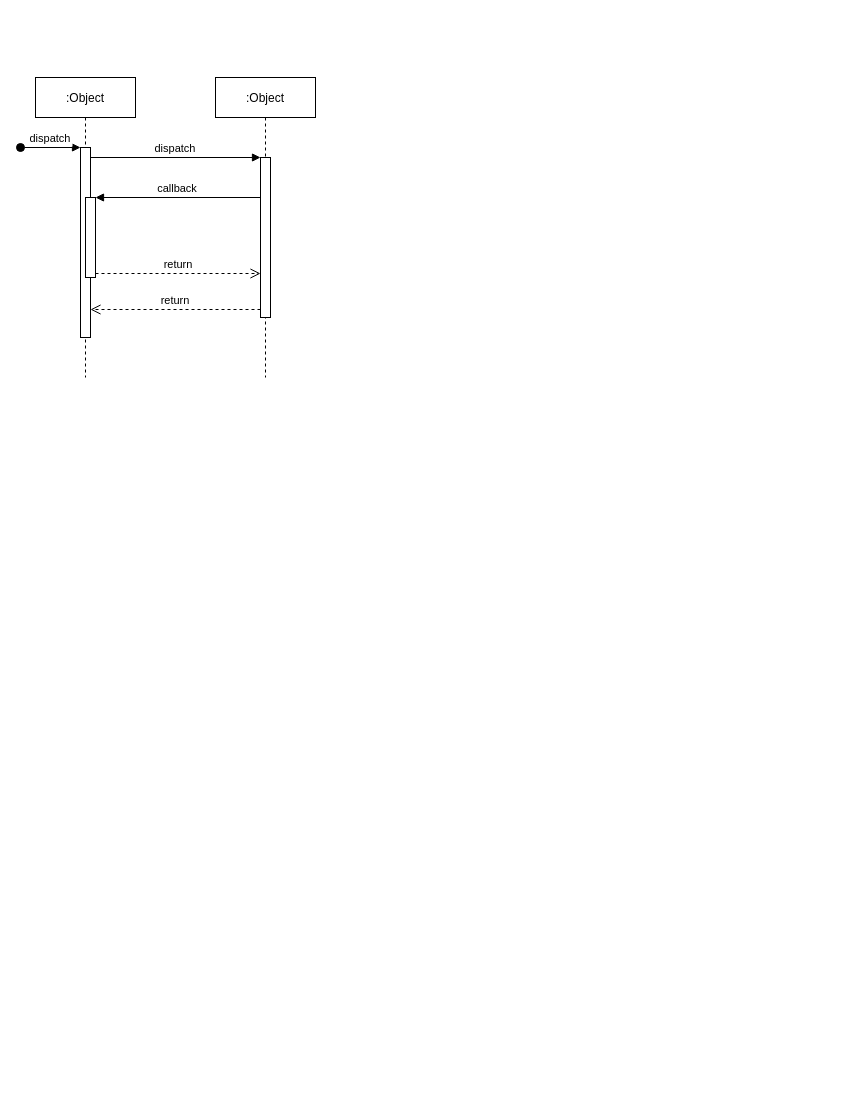
This is 链路调用（Cloud版本）.drawio from 1247691206/JavaArchitect, a draw.io file, before an edit. Source tidied: cells renumbered, new cells numbered last; positions are measured from the earlier drawing's top-left corner, leaving out a move shared by most shapes. Both pictures are drawn from the tidied source at 100%, with x=0, y=0 at pixel (20, 77).
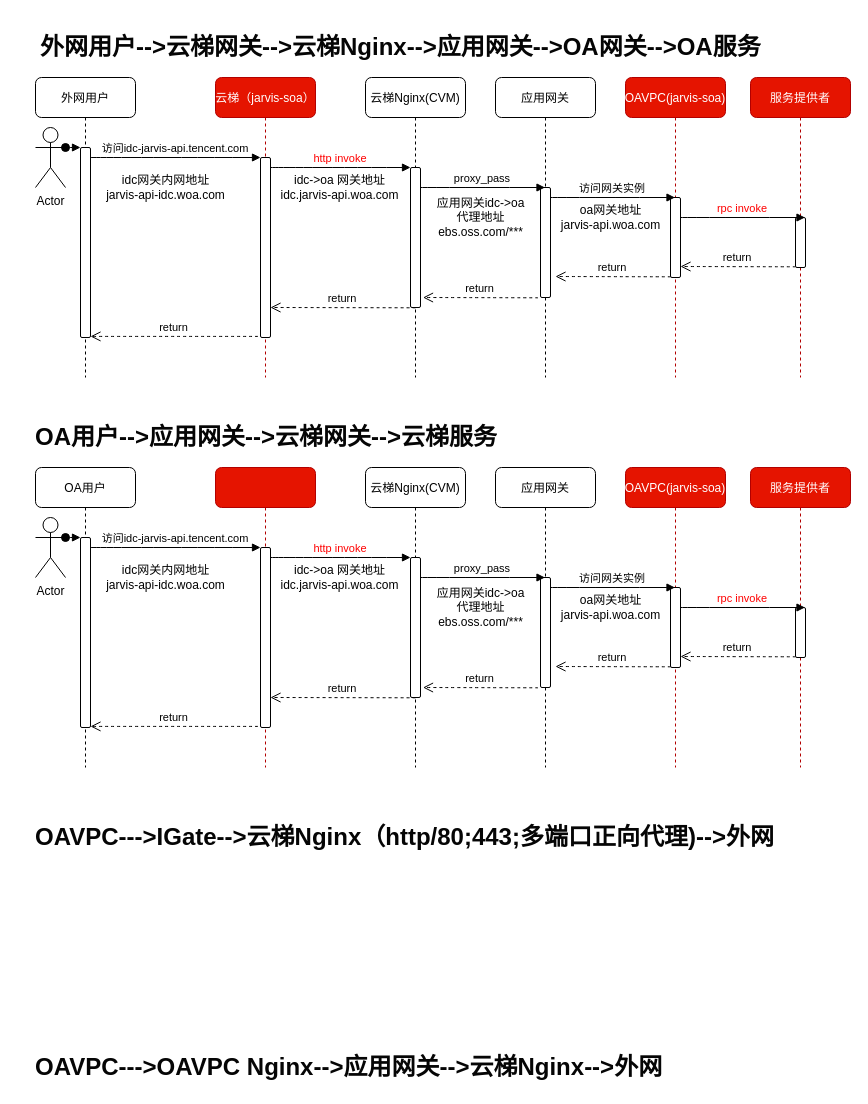
The same diagram, later.

Commit message (it also covers changes not shown here):
Update 链路调用（Cloud版本）.drawio

The edit, as a diff of the source:
```diff
@@
-    <mxCell id="2" value=":Object" style="shape=umlLifeline;perimeter=lifelinePerimeter;rounded=0;shadow=0;strokeWidth=1;" parent="1" vertex="1">
+    <mxCell id="2" value="外网用户" style="shape=umlLifeline;perimeter=lifelinePerimeter;shadow=0;strokeWidth=1;rounded=1;" parent="1" vertex="1">
       <mxGeometry x="15" width="100" height="300" as="geometry" />
     </mxCell>
-    <mxCell id="3" style="points=[];perimeter=orthogonalPerimeter;rounded=0;shadow=0;strokeWidth=1;" parent="2" vertex="1">
+    <mxCell id="3" style="points=[];perimeter=orthogonalPerimeter;shadow=0;strokeWidth=1;rounded=1;" parent="2" vertex="1">
       <mxGeometry x="45" y="70" width="10" height="190" as="geometry" />
     </mxCell>
-    <mxCell id="4" value="dispatch" style="verticalAlign=bottom;startArrow=oval;endArrow=block;startSize=8;shadow=0;strokeWidth=1;" parent="2" edge="1" target="3">
-      <mxGeometry relative="1" as="geometry">
-        <mxPoint x="-15" y="70" as="sourcePoint" />
-      </mxGeometry>
-    </mxCell>
-    <mxCell id="5" style="points=[];perimeter=orthogonalPerimeter;rounded=0;shadow=0;strokeWidth=1;" parent="2" vertex="1">
-      <mxGeometry x="50" y="120" width="10" height="80" as="geometry" />
-    </mxCell>
-    <mxCell id="6" value=":Object" style="shape=umlLifeline;perimeter=lifelinePerimeter;rounded=0;shadow=0;strokeWidth=1;" parent="1" vertex="1">
+    <mxCell id="6" value="云梯（jarvis-soa）" style="shape=umlLifeline;perimeter=lifelinePerimeter;shadow=0;strokeWidth=1;rounded=1;fillColor=#e51400;strokeColor=#B20000;fontColor=#ffffff;" parent="1" vertex="1">
       <mxGeometry x="195" width="100" height="300" as="geometry" />
     </mxCell>
-    <mxCell id="7" style="points=[];perimeter=orthogonalPerimeter;rounded=0;shadow=0;strokeWidth=1;" parent="6" vertex="1">
-      <mxGeometry x="45" y="80" width="10" height="160" as="geometry" />
+    <mxCell id="7" style="points=[];perimeter=orthogonalPerimeter;shadow=0;strokeWidth=1;rounded=1;" parent="6" vertex="1">
+      <mxGeometry x="45" y="80" width="10" height="180" as="geometry" />
     </mxCell>
-    <mxCell id="8" value="return" style="verticalAlign=bottom;endArrow=open;dashed=1;endSize=8;exitX=0;exitY=0.95;shadow=0;strokeWidth=1;" parent="1" edge="1" source="7" target="3">
+    <mxCell id="8" value="return" style="verticalAlign=bottom;endArrow=open;dashed=1;endSize=8;exitX=-0.25;exitY=0.994;shadow=0;strokeWidth=1;curved=1;exitDx=0;exitDy=0;exitPerimeter=0;" parent="1" edge="1" source="7" target="3">
       <mxGeometry relative="1" as="geometry" />
     </mxCell>
-    <mxCell id="9" value="dispatch" style="verticalAlign=bottom;endArrow=block;entryX=0;entryY=0;shadow=0;strokeWidth=1;" parent="1" edge="1" source="3" target="7">
+    <mxCell id="9" value="访问idc-jarvis-api.tencent.com" style="verticalAlign=bottom;endArrow=block;entryX=0;entryY=0;shadow=0;strokeWidth=1;curved=1;" parent="1" edge="1" source="3" target="7">
       <mxGeometry relative="1" as="geometry" />
     </mxCell>
-    <mxCell id="10" value="callback" style="verticalAlign=bottom;endArrow=block;entryX=1;entryY=0;shadow=0;strokeWidth=1;" parent="1" edge="1" source="7" target="5">
-      <mxGeometry relative="1" as="geometry" />
-    </mxCell>
-    <mxCell id="11" value="return" style="verticalAlign=bottom;endArrow=open;dashed=1;endSize=8;exitX=1;exitY=0.95;shadow=0;strokeWidth=1;" parent="1" edge="1" source="5" target="7">
-      <mxGeometry relative="1" as="geometry" />
-    </mxCell>
+    <mxCell id="12" value="云梯Nginx(CVM)" style="shape=umlLifeline;perimeter=lifelinePerimeter;shadow=0;strokeWidth=1;rounded=1;" parent="1" vertex="1">
+      <mxGeometry x="345" width="100" height="300" as="geometry" />
+    </mxCell>
+    <mxCell id="13" style="perimeter=orthogonalPerimeter;shadow=0;strokeWidth=1;rounded=1;" parent="12" vertex="1">
+      <mxGeometry x="45" y="90" width="10" height="140" as="geometry" />
+    </mxCell>
+    <mxCell id="14" value="应用网关" style="shape=umlLifeline;perimeter=lifelinePerimeter;shadow=0;strokeWidth=1;rounded=1;" parent="1" vertex="1">
+      <mxGeometry x="475" width="100" height="300" as="geometry" />
+    </mxCell>
+    <mxCell id="15" style="perimeter=orthogonalPerimeter;shadow=0;strokeWidth=1;rounded=1;" parent="14" vertex="1">
+      <mxGeometry x="45" y="110" width="10" height="110" as="geometry" />
+    </mxCell>
+    <mxCell id="16" value="OAVPC(jarvis-soa)" style="shape=umlLifeline;perimeter=lifelinePerimeter;shadow=0;strokeWidth=1;rounded=1;fillColor=#e51400;strokeColor=#B20000;fontColor=#ffffff;" parent="1" vertex="1">
+      <mxGeometry x="605" width="100" height="300" as="geometry" />
+    </mxCell>
+    <mxCell id="17" style="perimeter=orthogonalPerimeter;shadow=0;strokeWidth=1;rounded=1;" parent="16" vertex="1">
+      <mxGeometry x="45" y="120" width="10" height="80" as="geometry" />
+    </mxCell>
+    <mxCell id="18" value="return" style="verticalAlign=bottom;endArrow=open;dashed=1;endSize=8;exitX=0;exitY=0.95;shadow=0;strokeWidth=1;curved=1;" parent="16" edge="1">
+      <mxGeometry relative="1" as="geometry">
+        <mxPoint x="170" y="189.3" as="sourcePoint" />
+        <mxPoint x="55" y="189" as="targetPoint" />
+      </mxGeometry>
+    </mxCell>
+    <mxCell id="19" value="Actor" style="shape=umlActor;verticalLabelPosition=bottom;verticalAlign=top;html=1;outlineConnect=0;rounded=1;" parent="1" vertex="1">
+      <mxGeometry x="15" y="50" width="30" height="60" as="geometry" />
+    </mxCell>
+    <mxCell id="4" style="verticalAlign=bottom;startArrow=oval;endArrow=block;startSize=8;shadow=0;strokeWidth=1;exitX=1;exitY=0.3333333333333333;exitDx=0;exitDy=0;exitPerimeter=0;curved=1;" parent="1" edge="1" source="19" target="3">
+      <mxGeometry relative="1" as="geometry" />
+    </mxCell>
+    <mxCell id="20" value="http invoke" style="verticalAlign=bottom;endArrow=block;shadow=0;strokeWidth=1;curved=1;fontColor=#FF0000;" parent="1" edge="1">
+      <mxGeometry relative="1" as="geometry">
+        <mxPoint x="250" y="90" as="sourcePoint" />
+        <mxPoint x="390" y="90" as="targetPoint" />
+      </mxGeometry>
+    </mxCell>
+    <mxCell id="21" value="proxy_pass" style="verticalAlign=bottom;endArrow=block;shadow=0;strokeWidth=1;curved=1;" parent="1" edge="1" target="14">
+      <mxGeometry relative="1" as="geometry">
+        <mxPoint x="400" y="110" as="sourcePoint" />
+      </mxGeometry>
+    </mxCell>
+    <mxCell id="22" value="访问网关实例" style="verticalAlign=bottom;endArrow=block;shadow=0;strokeWidth=1;curved=1;" parent="1" edge="1">
+      <mxGeometry relative="1" as="geometry">
+        <mxPoint x="530" y="120" as="sourcePoint" />
+        <mxPoint x="654.5" y="120" as="targetPoint" />
+      </mxGeometry>
+    </mxCell>
+    <mxCell id="23" value="服务提供者" style="shape=umlLifeline;perimeter=lifelinePerimeter;shadow=0;strokeWidth=1;rounded=1;fillColor=#e51400;strokeColor=#B20000;fontColor=#ffffff;" parent="1" vertex="1">
+      <mxGeometry x="730" width="100" height="300" as="geometry" />
+    </mxCell>
+    <mxCell id="24" style="perimeter=orthogonalPerimeter;shadow=0;strokeWidth=1;rounded=1;" parent="23" vertex="1">
+      <mxGeometry x="45" y="140" width="10" height="50" as="geometry" />
+    </mxCell>
+    <mxCell id="25" value="rpc invoke" style="verticalAlign=bottom;endArrow=block;shadow=0;strokeWidth=1;curved=1;fontColor=#FF0000;" parent="1" edge="1">
+      <mxGeometry relative="1" as="geometry">
+        <mxPoint x="660" y="140" as="sourcePoint" />
+        <mxPoint x="784.5" y="140" as="targetPoint" />
+      </mxGeometry>
+    </mxCell>
+    <mxCell id="26" value="应用网关idc-&amp;gt;oa&lt;br&gt;代理地址&lt;br&gt;ebs.oss.com/***" style="text;html=1;align=center;verticalAlign=middle;rounded=1;" parent="1" vertex="1">
+      <mxGeometry x="410" y="115" width="100" height="50" as="geometry" />
+    </mxCell>
+    <mxCell id="27" value="idc-&amp;gt;oa 网关地址&lt;br&gt;idc.jarvis-api.woa.com" style="text;html=1;align=center;verticalAlign=middle;rounded=1;" parent="1" vertex="1">
+      <mxGeometry x="254" y="95" width="130" height="30" as="geometry" />
+    </mxCell>
+    <mxCell id="28" value="oa网关地址&lt;br&gt;jarvis-api.woa.com" style="text;html=1;align=center;verticalAlign=middle;rounded=1;" parent="1" vertex="1">
+      <mxGeometry x="535" y="125" width="110" height="30" as="geometry" />
+    </mxCell>
+    <mxCell id="29" value="idc网关内网地址&lt;br&gt;jarvis-api-idc.woa.com" style="text;html=1;align=center;verticalAlign=middle;rounded=1;" parent="1" vertex="1">
+      <mxGeometry x="80" y="95" width="130" height="30" as="geometry" />
+    </mxCell>
+    <mxCell id="30" value="return" style="verticalAlign=bottom;endArrow=open;dashed=1;endSize=8;exitX=0;exitY=0.95;shadow=0;strokeWidth=1;curved=1;" parent="1" edge="1">
+      <mxGeometry relative="1" as="geometry">
+        <mxPoint x="650" y="199.3" as="sourcePoint" />
+        <mxPoint x="535" y="199" as="targetPoint" />
+      </mxGeometry>
+    </mxCell>
+    <mxCell id="31" value="return" style="verticalAlign=bottom;endArrow=open;dashed=1;endSize=8;exitX=0;exitY=0.95;shadow=0;strokeWidth=1;curved=1;" parent="1" edge="1">
+      <mxGeometry relative="1" as="geometry">
+        <mxPoint x="517.5" y="220.3" as="sourcePoint" />
+        <mxPoint x="402.5" y="220" as="targetPoint" />
+      </mxGeometry>
+    </mxCell>
+    <mxCell id="32" value="return" style="verticalAlign=bottom;endArrow=open;dashed=1;endSize=8;exitX=0;exitY=0.95;shadow=0;strokeWidth=1;curved=1;" parent="1" edge="1">
+      <mxGeometry relative="1" as="geometry">
+        <mxPoint x="395" y="230.3" as="sourcePoint" />
+        <mxPoint x="250" y="230" as="targetPoint" />
+      </mxGeometry>
+    </mxCell>
+    <mxCell id="33" value="&lt;h1&gt;外网用户--&amp;gt;云梯网关--&amp;gt;云梯Nginx--&amp;gt;应用网关--&amp;gt;OA网关--&amp;gt;OA服务&lt;/h1&gt;" style="text;html=1;strokeColor=none;fillColor=none;spacing=5;spacingTop=-20;whiteSpace=wrap;overflow=hidden;rounded=0;fontColor=#050505;" parent="1" vertex="1">
+      <mxGeometry x="15" y="-50" width="735" height="40" as="geometry" />
+    </mxCell>
+    <mxCell id="34" value="&lt;h1&gt;OA用户--&amp;gt;应用网关--&amp;gt;云梯网关--&amp;gt;云梯服务&lt;/h1&gt;" style="text;html=1;strokeColor=none;fillColor=none;spacing=5;spacingTop=-20;whiteSpace=wrap;overflow=hidden;rounded=0;fontColor=#050505;" parent="1" vertex="1">
+      <mxGeometry x="10" y="340" width="585" height="40" as="geometry" />
+    </mxCell>
+    <mxCell id="35" value="&lt;h1&gt;OAVPC---&amp;gt;IGate--&amp;gt;云梯Nginx（http/80;443;多端口正向代理)--&amp;gt;外网&lt;/h1&gt;" style="text;html=1;strokeColor=none;fillColor=none;spacing=5;spacingTop=-20;whiteSpace=wrap;overflow=hidden;rounded=0;fontColor=#050505;" parent="1" vertex="1">
+      <mxGeometry x="10" y="740" width="755" height="40" as="geometry" />
+    </mxCell>
+    <mxCell id="36" value="&lt;h1&gt;OAVPC---&amp;gt;OAVPC Nginx--&amp;gt;应用网关--&amp;gt;云梯Nginx--&amp;gt;外网&lt;/h1&gt;" style="text;html=1;strokeColor=none;fillColor=none;spacing=5;spacingTop=-20;whiteSpace=wrap;overflow=hidden;rounded=0;fontColor=#050505;" parent="1" vertex="1">
+      <mxGeometry x="10" y="970" width="755" height="40" as="geometry" />
+    </mxCell>
+    <mxCell id="37" value="OA用户" style="shape=umlLifeline;perimeter=lifelinePerimeter;shadow=0;strokeWidth=1;rounded=1;" parent="1" vertex="1">
+      <mxGeometry x="15" y="390" width="100" height="300" as="geometry" />
+    </mxCell>
+    <mxCell id="38" style="points=[];perimeter=orthogonalPerimeter;shadow=0;strokeWidth=1;rounded=1;" parent="37" vertex="1">
+      <mxGeometry x="45" y="70" width="10" height="190" as="geometry" />
+    </mxCell>
+    <mxCell id="39" style="shape=umlLifeline;perimeter=lifelinePerimeter;shadow=0;strokeWidth=1;rounded=1;fillColor=#e51400;strokeColor=#B20000;fontColor=#ffffff;" parent="1" vertex="1">
+      <mxGeometry x="195" y="390" width="100" height="300" as="geometry" />
+    </mxCell>
+    <mxCell id="40" style="points=[];perimeter=orthogonalPerimeter;shadow=0;strokeWidth=1;rounded=1;" parent="39" vertex="1">
+      <mxGeometry x="45" y="80" width="10" height="180" as="geometry" />
+    </mxCell>
+    <mxCell id="41" value="return" style="verticalAlign=bottom;endArrow=open;dashed=1;endSize=8;exitX=-0.25;exitY=0.994;shadow=0;strokeWidth=1;curved=1;exitDx=0;exitDy=0;exitPerimeter=0;" parent="1" edge="1" source="40" target="38">
+      <mxGeometry relative="1" as="geometry" />
+    </mxCell>
+    <mxCell id="42" value="访问idc-jarvis-api.tencent.com" style="verticalAlign=bottom;endArrow=block;entryX=0;entryY=0;shadow=0;strokeWidth=1;curved=1;" parent="1" edge="1" source="38" target="40">
+      <mxGeometry relative="1" as="geometry" />
+    </mxCell>
+    <mxCell id="43" value="云梯Nginx(CVM)" style="shape=umlLifeline;perimeter=lifelinePerimeter;shadow=0;strokeWidth=1;rounded=1;" parent="1" vertex="1">
+      <mxGeometry x="345" y="390" width="100" height="300" as="geometry" />
+    </mxCell>
+    <mxCell id="44" style="perimeter=orthogonalPerimeter;shadow=0;strokeWidth=1;rounded=1;" parent="43" vertex="1">
+      <mxGeometry x="45" y="90" width="10" height="140" as="geometry" />
+    </mxCell>
+    <mxCell id="45" value="应用网关" style="shape=umlLifeline;perimeter=lifelinePerimeter;shadow=0;strokeWidth=1;rounded=1;" parent="1" vertex="1">
+      <mxGeometry x="475" y="390" width="100" height="300" as="geometry" />
+    </mxCell>
+    <mxCell id="46" style="perimeter=orthogonalPerimeter;shadow=0;strokeWidth=1;rounded=1;" parent="45" vertex="1">
+      <mxGeometry x="45" y="110" width="10" height="110" as="geometry" />
+    </mxCell>
+    <mxCell id="47" value="OAVPC(jarvis-soa)" style="shape=umlLifeline;perimeter=lifelinePerimeter;shadow=0;strokeWidth=1;rounded=1;fillColor=#e51400;strokeColor=#B20000;fontColor=#ffffff;" parent="1" vertex="1">
+      <mxGeometry x="605" y="390" width="100" height="300" as="geometry" />
+    </mxCell>
+    <mxCell id="48" style="perimeter=orthogonalPerimeter;shadow=0;strokeWidth=1;rounded=1;" parent="47" vertex="1">
+      <mxGeometry x="45" y="120" width="10" height="80" as="geometry" />
+    </mxCell>
+    <mxCell id="49" value="return" style="verticalAlign=bottom;endArrow=open;dashed=1;endSize=8;exitX=0;exitY=0.95;shadow=0;strokeWidth=1;curved=1;" parent="47" edge="1">
+      <mxGeometry relative="1" as="geometry">
+        <mxPoint x="170" y="189.3" as="sourcePoint" />
+        <mxPoint x="55" y="189" as="targetPoint" />
+      </mxGeometry>
+    </mxCell>
+    <mxCell id="50" value="Actor" style="shape=umlActor;verticalLabelPosition=bottom;verticalAlign=top;html=1;outlineConnect=0;rounded=1;" parent="1" vertex="1">
+      <mxGeometry x="15" y="440" width="30" height="60" as="geometry" />
+    </mxCell>
+    <mxCell id="51" style="verticalAlign=bottom;startArrow=oval;endArrow=block;startSize=8;shadow=0;strokeWidth=1;exitX=1;exitY=0.3333333333333333;exitDx=0;exitDy=0;exitPerimeter=0;curved=1;" parent="1" edge="1" source="50" target="38">
+      <mxGeometry relative="1" as="geometry" />
+    </mxCell>
+    <mxCell id="52" value="http invoke" style="verticalAlign=bottom;endArrow=block;shadow=0;strokeWidth=1;curved=1;fontColor=#FF0000;" parent="1" edge="1">
+      <mxGeometry relative="1" as="geometry">
+        <mxPoint x="250" y="480" as="sourcePoint" />
+        <mxPoint x="390" y="480" as="targetPoint" />
+      </mxGeometry>
+    </mxCell>
+    <mxCell id="53" value="proxy_pass" style="verticalAlign=bottom;endArrow=block;shadow=0;strokeWidth=1;curved=1;" parent="1" edge="1" target="45">
+      <mxGeometry relative="1" as="geometry">
+        <mxPoint x="400" y="500" as="sourcePoint" />
+      </mxGeometry>
+    </mxCell>
+    <mxCell id="54" value="访问网关实例" style="verticalAlign=bottom;endArrow=block;shadow=0;strokeWidth=1;curved=1;" parent="1" edge="1">
+      <mxGeometry relative="1" as="geometry">
+        <mxPoint x="530" y="510" as="sourcePoint" />
+        <mxPoint x="654.5" y="510" as="targetPoint" />
+      </mxGeometry>
+    </mxCell>
+    <mxCell id="55" value="服务提供者" style="shape=umlLifeline;perimeter=lifelinePerimeter;shadow=0;strokeWidth=1;rounded=1;fillColor=#e51400;strokeColor=#B20000;fontColor=#ffffff;" parent="1" vertex="1">
+      <mxGeometry x="730" y="390" width="100" height="300" as="geometry" />
+    </mxCell>
+    <mxCell id="56" style="perimeter=orthogonalPerimeter;shadow=0;strokeWidth=1;rounded=1;" parent="55" vertex="1">
+      <mxGeometry x="45" y="140" width="10" height="50" as="geometry" />
+    </mxCell>
+    <mxCell id="57" value="rpc invoke" style="verticalAlign=bottom;endArrow=block;shadow=0;strokeWidth=1;curved=1;fontColor=#FF0000;" parent="1" edge="1">
+      <mxGeometry relative="1" as="geometry">
+        <mxPoint x="660" y="530" as="sourcePoint" />
+        <mxPoint x="784.5" y="530" as="targetPoint" />
+      </mxGeometry>
+    </mxCell>
+    <mxCell id="58" value="应用网关idc-&amp;gt;oa&lt;br&gt;代理地址&lt;br&gt;ebs.oss.com/***" style="text;html=1;align=center;verticalAlign=middle;rounded=1;" parent="1" vertex="1">
+      <mxGeometry x="410" y="505" width="100" height="50" as="geometry" />
+    </mxCell>
+    <mxCell id="59" value="idc-&amp;gt;oa 网关地址&lt;br&gt;idc.jarvis-api.woa.com" style="text;html=1;align=center;verticalAlign=middle;rounded=1;" parent="1" vertex="1">
+      <mxGeometry x="254" y="485" width="130" height="30" as="geometry" />
+    </mxCell>
+    <mxCell id="60" value="oa网关地址&lt;br&gt;jarvis-api.woa.com" style="text;html=1;align=center;verticalAlign=middle;rounded=1;" parent="1" vertex="1">
+      <mxGeometry x="535" y="515" width="110" height="30" as="geometry" />
+    </mxCell>
+    <mxCell id="61" value="idc网关内网地址&lt;br&gt;jarvis-api-idc.woa.com" style="text;html=1;align=center;verticalAlign=middle;rounded=1;" parent="1" vertex="1">
+      <mxGeometry x="80" y="485" width="130" height="30" as="geometry" />
+    </mxCell>
+    <mxCell id="62" value="return" style="verticalAlign=bottom;endArrow=open;dashed=1;endSize=8;exitX=0;exitY=0.95;shadow=0;strokeWidth=1;curved=1;" parent="1" edge="1">
+      <mxGeometry relative="1" as="geometry">
+        <mxPoint x="650" y="589.3" as="sourcePoint" />
+        <mxPoint x="535" y="589" as="targetPoint" />
+      </mxGeometry>
+    </mxCell>
+    <mxCell id="63" value="return" style="verticalAlign=bottom;endArrow=open;dashed=1;endSize=8;exitX=0;exitY=0.95;shadow=0;strokeWidth=1;curved=1;" parent="1" edge="1">
+      <mxGeometry relative="1" as="geometry">
+        <mxPoint x="517.5" y="610.3" as="sourcePoint" />
+        <mxPoint x="402.5" y="610" as="targetPoint" />
+      </mxGeometry>
+    </mxCell>
+    <mxCell id="64" value="return" style="verticalAlign=bottom;endArrow=open;dashed=1;endSize=8;exitX=0;exitY=0.95;shadow=0;strokeWidth=1;curved=1;" parent="1" edge="1">
+      <mxGeometry relative="1" as="geometry">
+        <mxPoint x="395" y="620.3" as="sourcePoint" />
+        <mxPoint x="250" y="620" as="targetPoint" />
+      </mxGeometry>
+    </mxCell>
```
